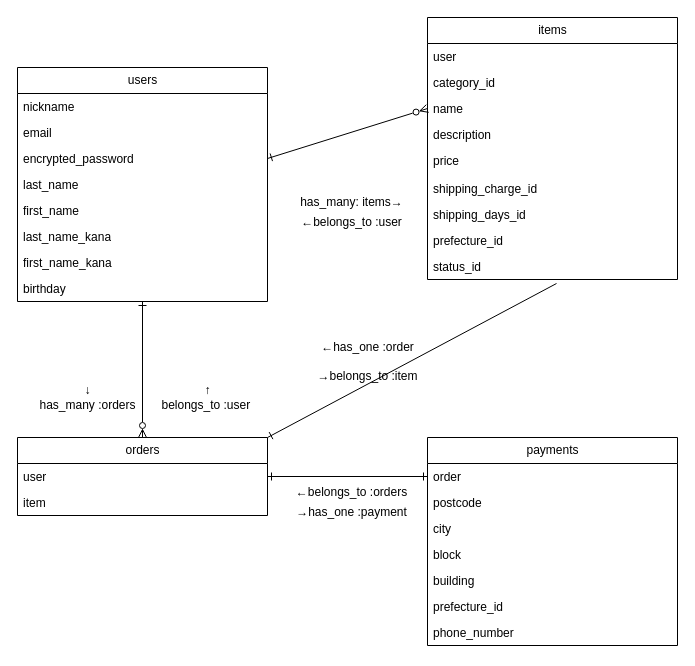
Earlier version of the draw.io diagram er.dio (ryuseinii/furima-39473). Source tidied: cells renumbered, new cells numbered last; positions are measured from the earlier drawing's top-left corner, leaving out a move shared by most shapes. Both pictures are drawn from the tidied source at 100%, with x=0, y=0 at pixel (17, 17).
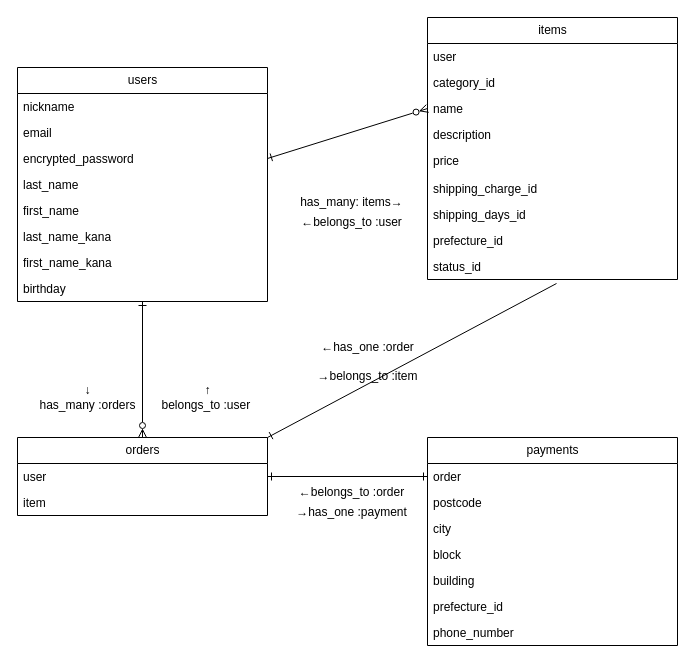
After the change.

Commit message:
指摘内容修正④

The edit, as a diff of the source:
```diff
@@
-    <mxCell id="40" value="←belongs_to :orders" style="text;html=1;align=center;verticalAlign=middle;strokeColor=none;fillColor=none;" parent="1" vertex="1">
+    <mxCell id="40" value="←belongs_to :order" style="text;html=1;align=center;verticalAlign=middle;strokeColor=none;fillColor=none;" parent="1" vertex="1">
       <mxGeometry x="269" y="460" width="130" height="30" as="geometry" />
     </mxCell>
```
